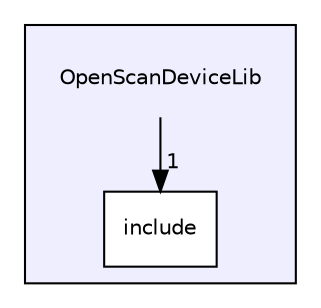
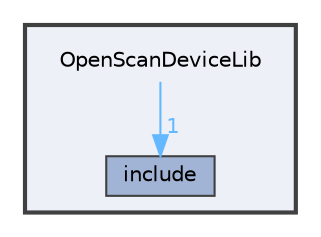
- digraph "/home/runner/work/OpenScanLib/OpenScanLib/OpenScanDeviceLib" {
+ digraph "/home/runner/work/OpenScanLib/OpenScanLib/OpenScanDeviceLib"
+ {
+  // LATEX_PDF_SIZE
+   bgcolor="transparent";
+   edge [fontname=Helvetica,fontsize=10,labelfontname=Helvetica,labelfontsize=10];
+   node [fontname=Helvetica,fontsize=10,shape=box,height=0.2,width=0.4];
  compound=true
-   node [ fontsize="10", fontname="Helvetica"];
-   edge [ labelfontsize="10", labelfontname="Helvetica"];
  subgraph clusterdir_a44b2e0b3f3bb1b1d983ed98a7159f61 {
-     graph [ bgcolor="#eeeeff", pencolor="black", label="" URL="dir_a44b2e0b3f3bb1b1d983ed98a7159f61.html"];
-     dir_a44b2e0b3f3bb1b1d983ed98a7159f61 [shape=plaintext label="OpenScanDeviceLib"];
-   dir_13ab9a843c3134cadc5f631e60187646 [shape=box label="include" fillcolor="white" style="filled" URL="dir_13ab9a843c3134cadc5f631e60187646.html"];
+     graph [ bgcolor="#edf0f7", pencolor="grey25", label="", fontname=Helvetica,fontsize=10 style="filled,bold", URL="dir_a44b2e0b3f3bb1b1d983ed98a7159f61.html",tooltip=""]
+     dir_a44b2e0b3f3bb1b1d983ed98a7159f61 [shape=plaintext, label="OpenScanDeviceLib"];
+   dir_13ab9a843c3134cadc5f631e60187646 [label="include", fillcolor="#a2b4d6", color="grey25", style="filled", URL="dir_13ab9a843c3134cadc5f631e60187646.html",tooltip=""];
  }
-   dir_a44b2e0b3f3bb1b1d983ed98a7159f61->dir_13ab9a843c3134cadc5f631e60187646 [headlabel="1", labeldistance=1.5 headhref="dir_000000_000001.html"];
+   dir_a44b2e0b3f3bb1b1d983ed98a7159f61->dir_13ab9a843c3134cadc5f631e60187646 [headlabel="1", labeldistance=1.5 headhref="dir_000001_000000.html" href="dir_000001_000000.html" color="steelblue1" fontcolor="steelblue1"];
}
